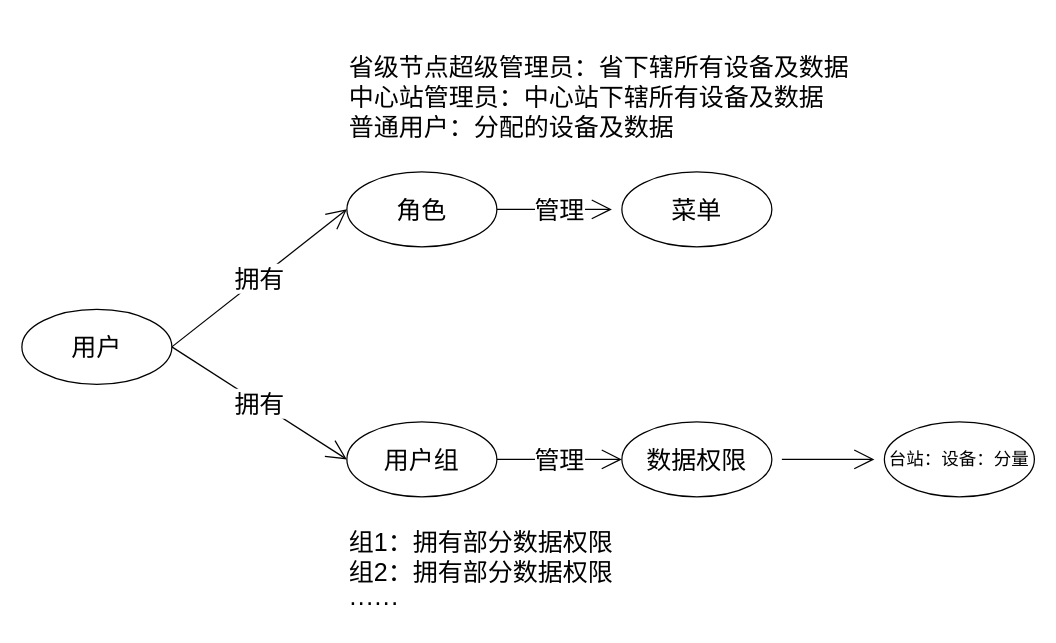
Earlier version of the draw.io diagram drawio/数据权限.drawio (raingnight/Blog_Pic). Source tidied: cells renumbered, new cells numbered last; positions are measured from the earlier drawing's top-left corner, leaving out a move shared by most shapes. Both pictures are drawn from the tidied source at 125%, with x=0, y=0 at pixel (21, 21).
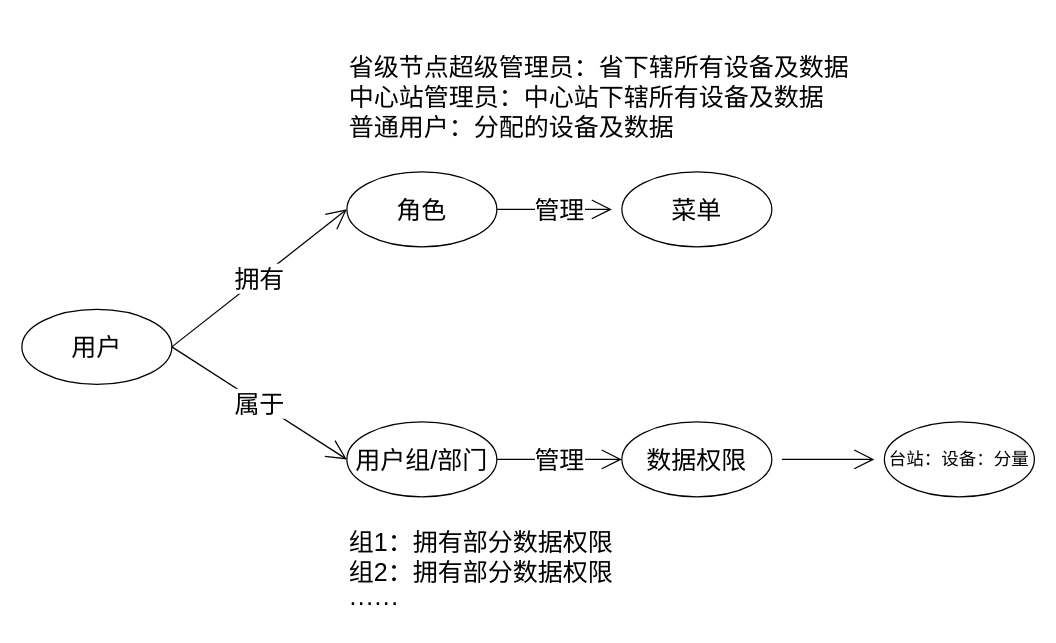
Above is the later version.

Commit message:
更新数据权限.drawio

Change to the diagram source:
```diff
@@
 <mxGraphModel>
   <root>
     <mxCell id="0" />
     <mxCell id="1" parent="0" />
     <mxCell id="2" value="管理" style="edgeStyle=none;curved=1;rounded=0;jettySize=auto;html=1;exitX=1;exitY=0.5;exitDx=0;exitDy=0;fontSize=20;endArrow=open;startSize=14;endSize=14;sourcePerimeterSpacing=8;targetPerimeterSpacing=8;" parent="1" edge="1" source="3" target="6">
       <mxGeometry x="0.09" relative="1" as="geometry" />
     </mxCell>
     <mxCell id="3" value="&lt;font style=&quot;font-size: 20px;&quot;&gt;角色&lt;/font&gt;" style="ellipse;whiteSpace=wrap;html=1;" parent="1" vertex="1">
       <mxGeometry x="260" y="120" width="120" height="60" as="geometry" />
     </mxCell>
     <mxCell id="4" value="拥有" style="edgeStyle=none;curved=1;rounded=0;jettySize=auto;html=1;exitX=1;exitY=0.5;exitDx=0;exitDy=0;entryX=0;entryY=0.5;entryDx=0;entryDy=0;fontSize=20;endArrow=open;startSize=14;endSize=14;sourcePerimeterSpacing=8;targetPerimeterSpacing=8;" parent="1" edge="1" source="5" target="3">
       <mxGeometry relative="1" as="geometry" />
     </mxCell>
     <mxCell id="5" value="&lt;font style=&quot;font-size: 20px;&quot;&gt;用户&lt;/font&gt;" style="ellipse;whiteSpace=wrap;html=1;" parent="1" vertex="1">
       <mxGeometry y="230" width="120" height="60" as="geometry" />
     </mxCell>
     <mxCell id="6" value="&lt;font style=&quot;font-size: 20px;&quot;&gt;菜单&lt;br&gt;&lt;/font&gt;" style="ellipse;whiteSpace=wrap;html=1;" parent="1" vertex="1">
       <mxGeometry x="480" y="120" width="120" height="60" as="geometry" />
     </mxCell>
-    <mxCell id="7" value="拥有" style="edgeStyle=none;curved=1;rounded=0;jettySize=auto;html=1;exitX=1;exitY=0.5;exitDx=0;exitDy=0;entryX=0;entryY=0.5;entryDx=0;entryDy=0;fontSize=20;endArrow=open;startSize=14;endSize=14;sourcePerimeterSpacing=8;targetPerimeterSpacing=8;" parent="1" edge="1" source="5" target="13">
+    <mxCell id="7" value="属于" style="edgeStyle=none;curved=1;rounded=0;jettySize=auto;html=1;exitX=1;exitY=0.5;exitDx=0;exitDy=0;entryX=0;entryY=0.5;entryDx=0;entryDy=0;fontSize=20;endArrow=open;startSize=14;endSize=14;sourcePerimeterSpacing=8;targetPerimeterSpacing=8;" parent="1" edge="1" source="5" target="13">
       <mxGeometry relative="1" as="geometry" />
     </mxCell>
     <mxCell id="8" value="省级节点超级管理员：省下辖所有设备及数据&lt;br&gt;中心站管理员：中心站下辖所有设备及数据&lt;br&gt;普通用户：分配的设备及数据" style="text;strokeColor=none;fillColor=none;html=1;align=left;verticalAlign=middle;whiteSpace=wrap;rounded=0;fontSize=20;" parent="1" vertex="1">
       <mxGeometry x="260" width="541" height="120" as="geometry" />
     </mxCell>
     <mxCell id="9" value="组1：拥有部分数据权限&lt;br&gt;组2：拥有部分数据权限&lt;br&gt;······" style="text;strokeColor=none;fillColor=none;html=1;align=left;verticalAlign=middle;whiteSpace=wrap;rounded=0;fontSize=20;" parent="1" vertex="1">
       <mxGeometry x="260" y="400" width="335" height="80" as="geometry" />
     </mxCell>
     <mxCell id="10" style="edgeStyle=none;curved=1;rounded=0;jettySize=auto;html=1;fontSize=20;endArrow=open;startSize=14;endSize=14;sourcePerimeterSpacing=8;targetPerimeterSpacing=8;" parent="1" edge="1" source="11" target="14">
       <mxGeometry relative="1" as="geometry" />
     </mxCell>
     <mxCell id="11" value="&lt;span style=&quot;font-size: 20px;&quot;&gt;数据权限&lt;/span&gt;" style="ellipse;whiteSpace=wrap;html=1;" parent="1" vertex="1">
       <mxGeometry x="480" y="320" width="120" height="60" as="geometry" />
     </mxCell>
     <mxCell id="12" value="管理" style="edgeStyle=none;curved=1;rounded=0;jettySize=auto;html=1;exitX=1;exitY=0.5;exitDx=0;exitDy=0;entryX=0;entryY=0.5;entryDx=0;entryDy=0;fontSize=20;endArrow=open;startSize=14;endSize=14;sourcePerimeterSpacing=8;targetPerimeterSpacing=8;" parent="1" edge="1" source="13" target="11">
       <mxGeometry relative="1" as="geometry" />
     </mxCell>
-    <mxCell id="13" value="&lt;span style=&quot;font-size: 20px;&quot;&gt;用户组&lt;/span&gt;" style="ellipse;whiteSpace=wrap;html=1;" parent="1" vertex="1">
+    <mxCell id="13" value="&lt;span style=&quot;font-size: 20px;&quot;&gt;用户组/部门&lt;/span&gt;" style="ellipse;whiteSpace=wrap;html=1;" parent="1" vertex="1">
       <mxGeometry x="260" y="320" width="120" height="60" as="geometry" />
     </mxCell>
     <mxCell id="14" value="&lt;font style=&quot;font-size: 14px;&quot;&gt;台站：设备：分量&lt;/font&gt;" style="ellipse;whiteSpace=wrap;html=1;" parent="1" vertex="1">
       <mxGeometry x="690" y="320" width="120" height="60" as="geometry" />
     </mxCell>
   </root>
 </mxGraphModel>
```
